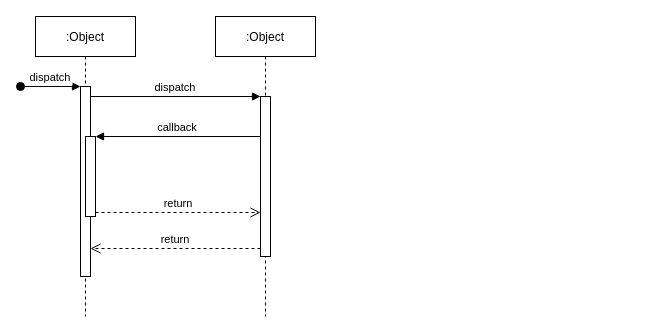
Above: Google Flow2.drawio in BaekSeungJo/Diagram (draw.io), before the change. Source tidied: cells renumbered, new cells numbered last; positions are measured from the earlier drawing's top-left corner, leaving out a move shared by most shapes. Both pictures are drawn from the tidied source at 100%, with x=0, y=0 at pixel (20, 16).
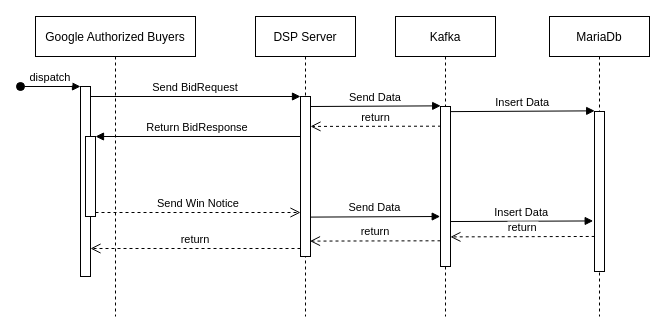
After the change.

Unchanged cells that the change refers to:
```xml
<mxCell id="3" style="points=[];perimeter=orthogonalPerimeter;rounded=0;shadow=0;strokeWidth=1;" parent="2" vertex="1">
  <mxGeometry x="45" y="70" width="10" height="190" as="geometry" />
</mxCell>
<mxCell id="5" style="points=[];perimeter=orthogonalPerimeter;rounded=0;shadow=0;strokeWidth=1;" parent="2" vertex="1">
  <mxGeometry x="50" y="120" width="10" height="80" as="geometry" />
</mxCell>
<mxCell id="7" style="points=[];perimeter=orthogonalPerimeter;rounded=0;shadow=0;strokeWidth=1;" parent="6" vertex="1">
  <mxGeometry x="45" y="80" width="10" height="160" as="geometry" />
</mxCell>
```

Diff of the diagram source:
```diff
@@
-    <mxCell id="2" value=":Object" style="shape=umlLifeline;perimeter=lifelinePerimeter;rounded=0;shadow=0;strokeWidth=1;" parent="1" vertex="1">
-      <mxGeometry x="15" width="100" height="300" as="geometry" />
+    <mxCell id="2" value="Google Authorized Buyers" style="shape=umlLifeline;perimeter=lifelinePerimeter;rounded=0;shadow=0;strokeWidth=1;" parent="1" vertex="1">
+      <mxGeometry x="15" width="160" height="300" as="geometry" />
     </mxCell>
@@
-    <mxCell id="6" value=":Object" style="shape=umlLifeline;perimeter=lifelinePerimeter;rounded=0;shadow=0;strokeWidth=1;" parent="1" vertex="1">
-      <mxGeometry x="195" width="100" height="300" as="geometry" />
+    <mxCell id="6" value="DSP Server" style="shape=umlLifeline;perimeter=lifelinePerimeter;rounded=0;shadow=0;strokeWidth=1;" parent="1" vertex="1">
+      <mxGeometry x="235" width="100" height="300" as="geometry" />
     </mxCell>
@@
-    <mxCell id="9" value="dispatch" style="verticalAlign=bottom;endArrow=block;entryX=0;entryY=0;shadow=0;strokeWidth=1;" parent="1" edge="1" source="3" target="7">
+    <mxCell id="9" value="Send BidRequest" style="verticalAlign=bottom;endArrow=block;entryX=0;entryY=0;shadow=0;strokeWidth=1;" parent="1" edge="1" source="3" target="7">
       <mxGeometry relative="1" as="geometry" />
     </mxCell>
-    <mxCell id="10" value="callback" style="verticalAlign=bottom;endArrow=block;entryX=1;entryY=0;shadow=0;strokeWidth=1;" parent="1" edge="1" source="7" target="5">
+    <mxCell id="10" value="Return BidResponse" style="verticalAlign=bottom;endArrow=block;entryX=1;entryY=0;shadow=0;strokeWidth=1;" parent="1" edge="1" source="7" target="5">
       <mxGeometry relative="1" as="geometry" />
     </mxCell>
-    <mxCell id="11" value="return" style="verticalAlign=bottom;endArrow=open;dashed=1;endSize=8;exitX=1;exitY=0.95;shadow=0;strokeWidth=1;" parent="1" edge="1" source="5" target="7">
+    <mxCell id="11" value="Send Win Notice" style="verticalAlign=bottom;endArrow=open;dashed=1;endSize=8;exitX=1;exitY=0.95;shadow=0;strokeWidth=1;" parent="1" edge="1" source="5" target="7">
       <mxGeometry relative="1" as="geometry" />
     </mxCell>
+    <mxCell id="12" value="Kafka" style="shape=umlLifeline;perimeter=lifelinePerimeter;rounded=0;shadow=0;strokeWidth=1;" parent="1" vertex="1">
+      <mxGeometry x="375" width="100" height="300" as="geometry" />
+    </mxCell>
+    <mxCell id="13" style="points=[];perimeter=orthogonalPerimeter;rounded=0;shadow=0;strokeWidth=1;" parent="12" vertex="1">
+      <mxGeometry x="45" y="90" width="10" height="160" as="geometry" />
+    </mxCell>
+    <mxCell id="14" value="Send Data" style="verticalAlign=bottom;endArrow=block;shadow=0;strokeWidth=1;entryX=0.019;entryY=-0.004;entryDx=0;entryDy=0;entryPerimeter=0;" parent="12" edge="1" target="13">
+      <mxGeometry relative="1" as="geometry">
+        <mxPoint x="-85" y="90" as="sourcePoint" />
+      </mxGeometry>
+    </mxCell>
+    <mxCell id="15" value="Send Data" style="verticalAlign=bottom;endArrow=block;shadow=0;strokeWidth=1;entryX=0.019;entryY=-0.004;entryDx=0;entryDy=0;entryPerimeter=0;" parent="12" edge="1">
+      <mxGeometry relative="1" as="geometry">
+        <mxPoint x="-85.5" y="200.6" as="sourcePoint" />
+        <mxPoint x="44.7" y="200" as="targetPoint" />
+      </mxGeometry>
+    </mxCell>
+    <mxCell id="16" value="return" style="verticalAlign=bottom;endArrow=open;dashed=1;endSize=8;shadow=0;strokeWidth=1;exitX=0.05;exitY=0.123;exitDx=0;exitDy=0;exitPerimeter=0;entryX=1;entryY=0.187;entryDx=0;entryDy=0;entryPerimeter=0;" parent="12" edge="1">
+      <mxGeometry relative="1" as="geometry">
+        <mxPoint x="45" y="224.3" as="sourcePoint" />
+        <mxPoint x="-85.5" y="224.6" as="targetPoint" />
+      </mxGeometry>
+    </mxCell>
+    <mxCell id="17" value="return" style="verticalAlign=bottom;endArrow=open;dashed=1;endSize=8;shadow=0;strokeWidth=1;exitX=0.05;exitY=0.123;exitDx=0;exitDy=0;exitPerimeter=0;entryX=1;entryY=0.187;entryDx=0;entryDy=0;entryPerimeter=0;" parent="1" edge="1" source="13" target="7">
+      <mxGeometry relative="1" as="geometry" />
+    </mxCell>
+    <mxCell id="18" value="MariaDb" style="shape=umlLifeline;perimeter=lifelinePerimeter;rounded=0;shadow=0;strokeWidth=1;" parent="1" vertex="1">
+      <mxGeometry x="529" width="100" height="300" as="geometry" />
+    </mxCell>
+    <mxCell id="19" style="points=[];perimeter=orthogonalPerimeter;rounded=0;shadow=0;strokeWidth=1;" parent="18" vertex="1">
+      <mxGeometry x="45" y="95" width="10" height="160" as="geometry" />
+    </mxCell>
+    <mxCell id="20" value="Insert Data" style="verticalAlign=bottom;endArrow=block;shadow=0;strokeWidth=1;entryX=0.019;entryY=-0.004;entryDx=0;entryDy=0;entryPerimeter=0;exitX=1.022;exitY=0.032;exitDx=0;exitDy=0;exitPerimeter=0;" parent="1" edge="1" source="13" target="19">
+      <mxGeometry relative="1" as="geometry" />
+    </mxCell>
+    <mxCell id="21" value="Insert Data" style="verticalAlign=bottom;endArrow=block;shadow=0;strokeWidth=1;entryX=-0.131;entryY=0.684;entryDx=0;entryDy=0;entryPerimeter=0;exitX=1.019;exitY=0.719;exitDx=0;exitDy=0;exitPerimeter=0;" parent="1" edge="1" source="13" target="19">
+      <mxGeometry relative="1" as="geometry" />
+    </mxCell>
+    <mxCell id="22" value="return" style="verticalAlign=bottom;endArrow=open;dashed=1;endSize=8;shadow=0;strokeWidth=1;exitX=0.023;exitY=0.781;exitDx=0;exitDy=0;exitPerimeter=0;entryX=0.994;entryY=0.815;entryDx=0;entryDy=0;entryPerimeter=0;" parent="1" edge="1" source="19" target="13">
+      <mxGeometry relative="1" as="geometry" />
+    </mxCell>
```
